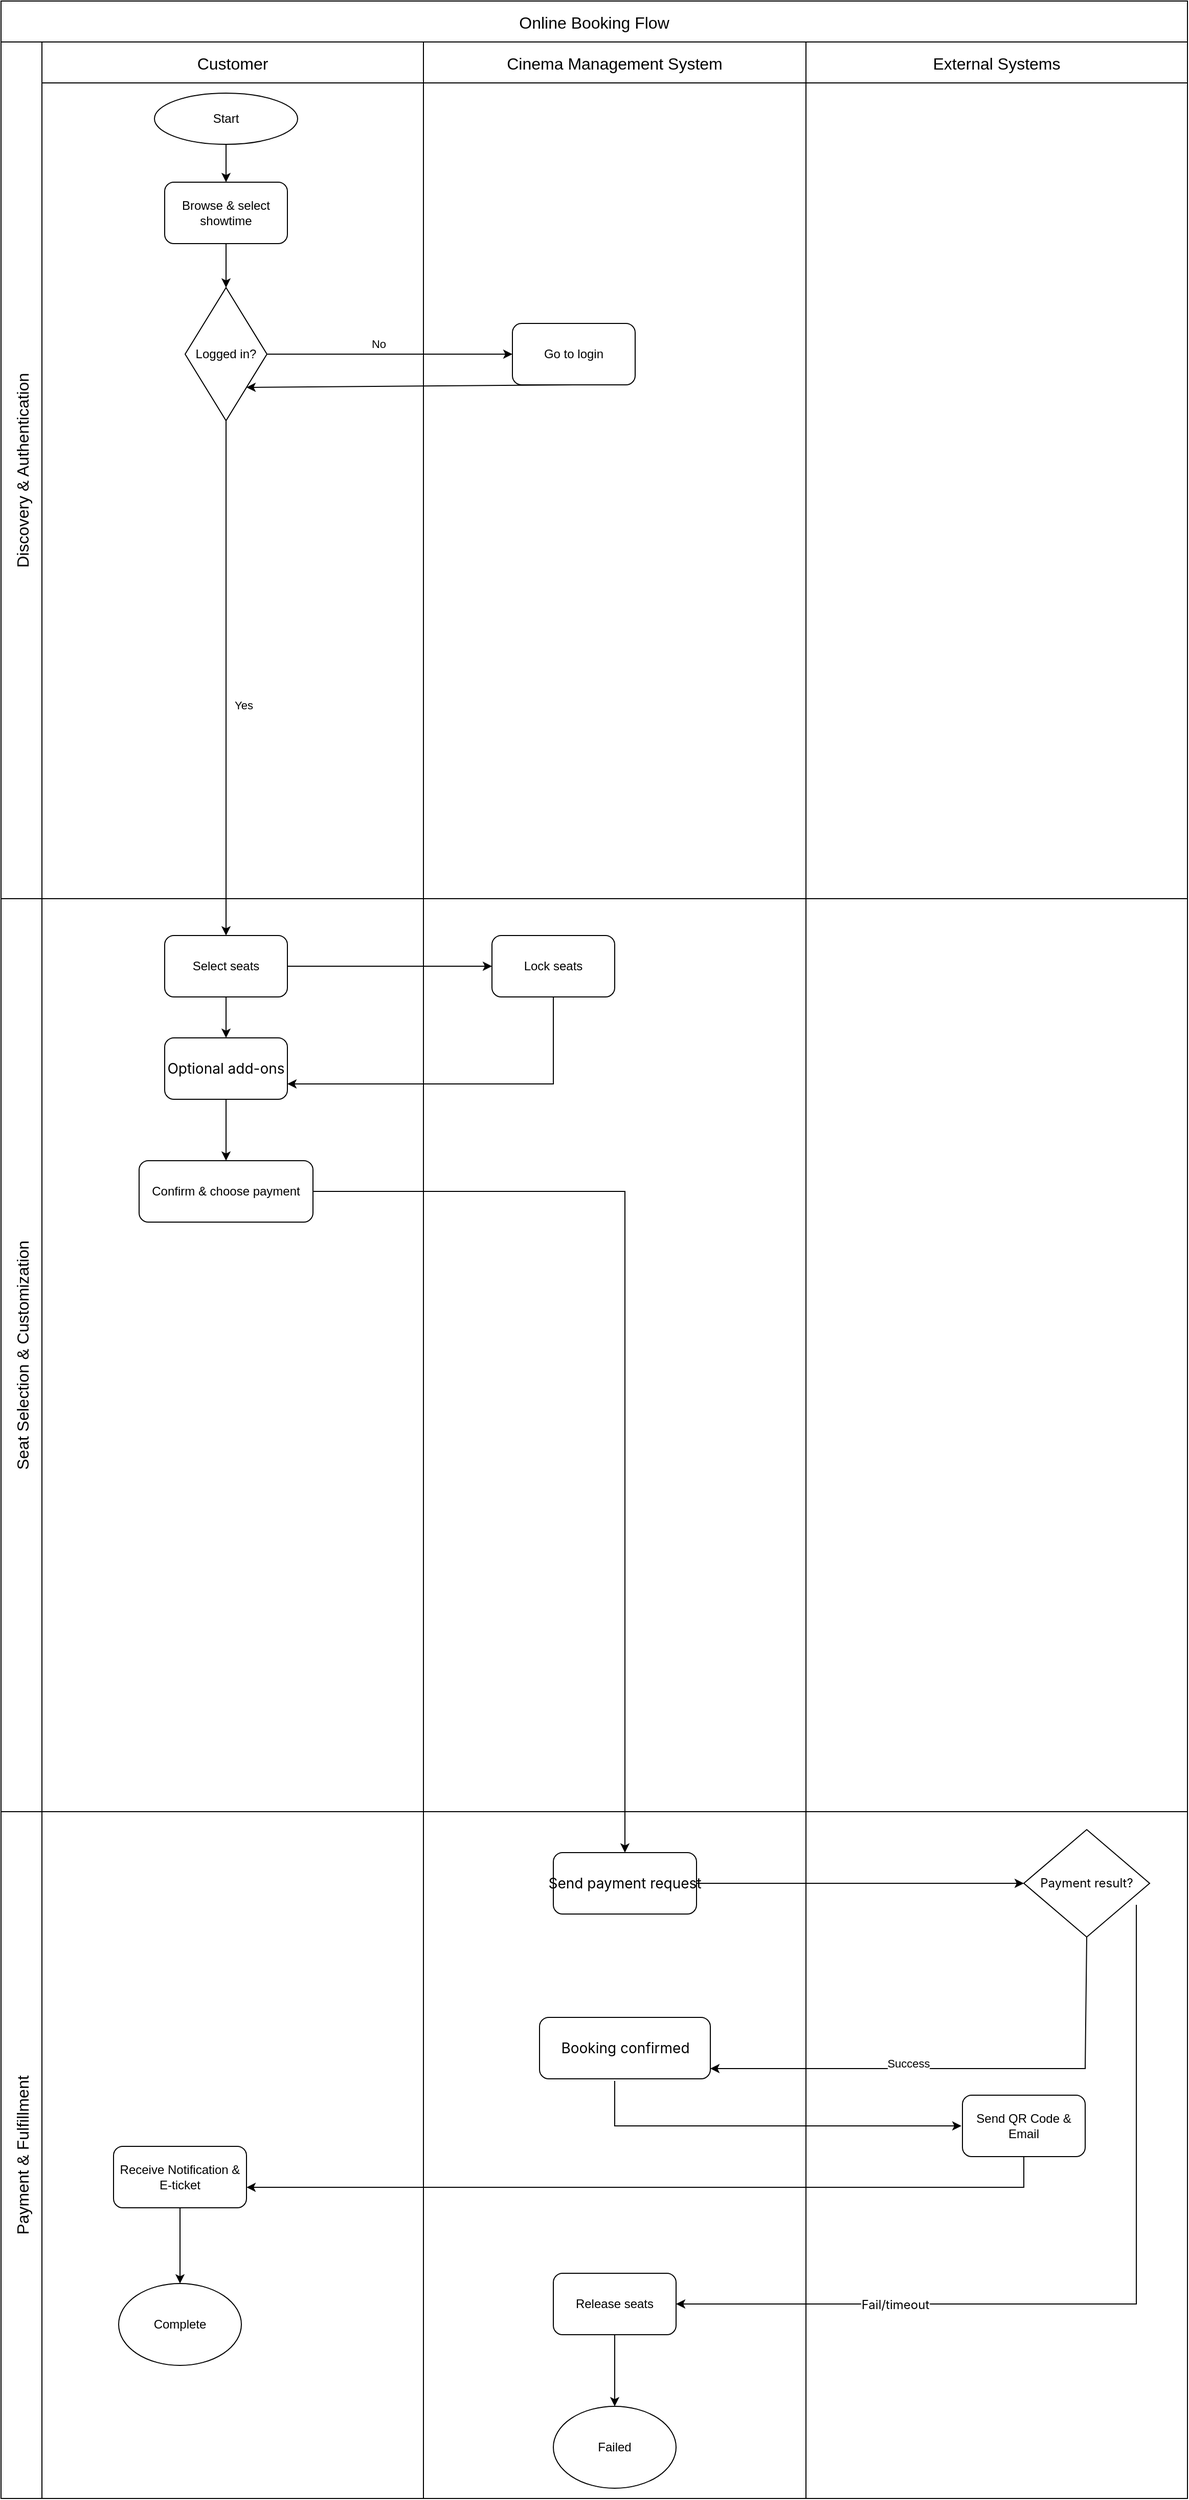
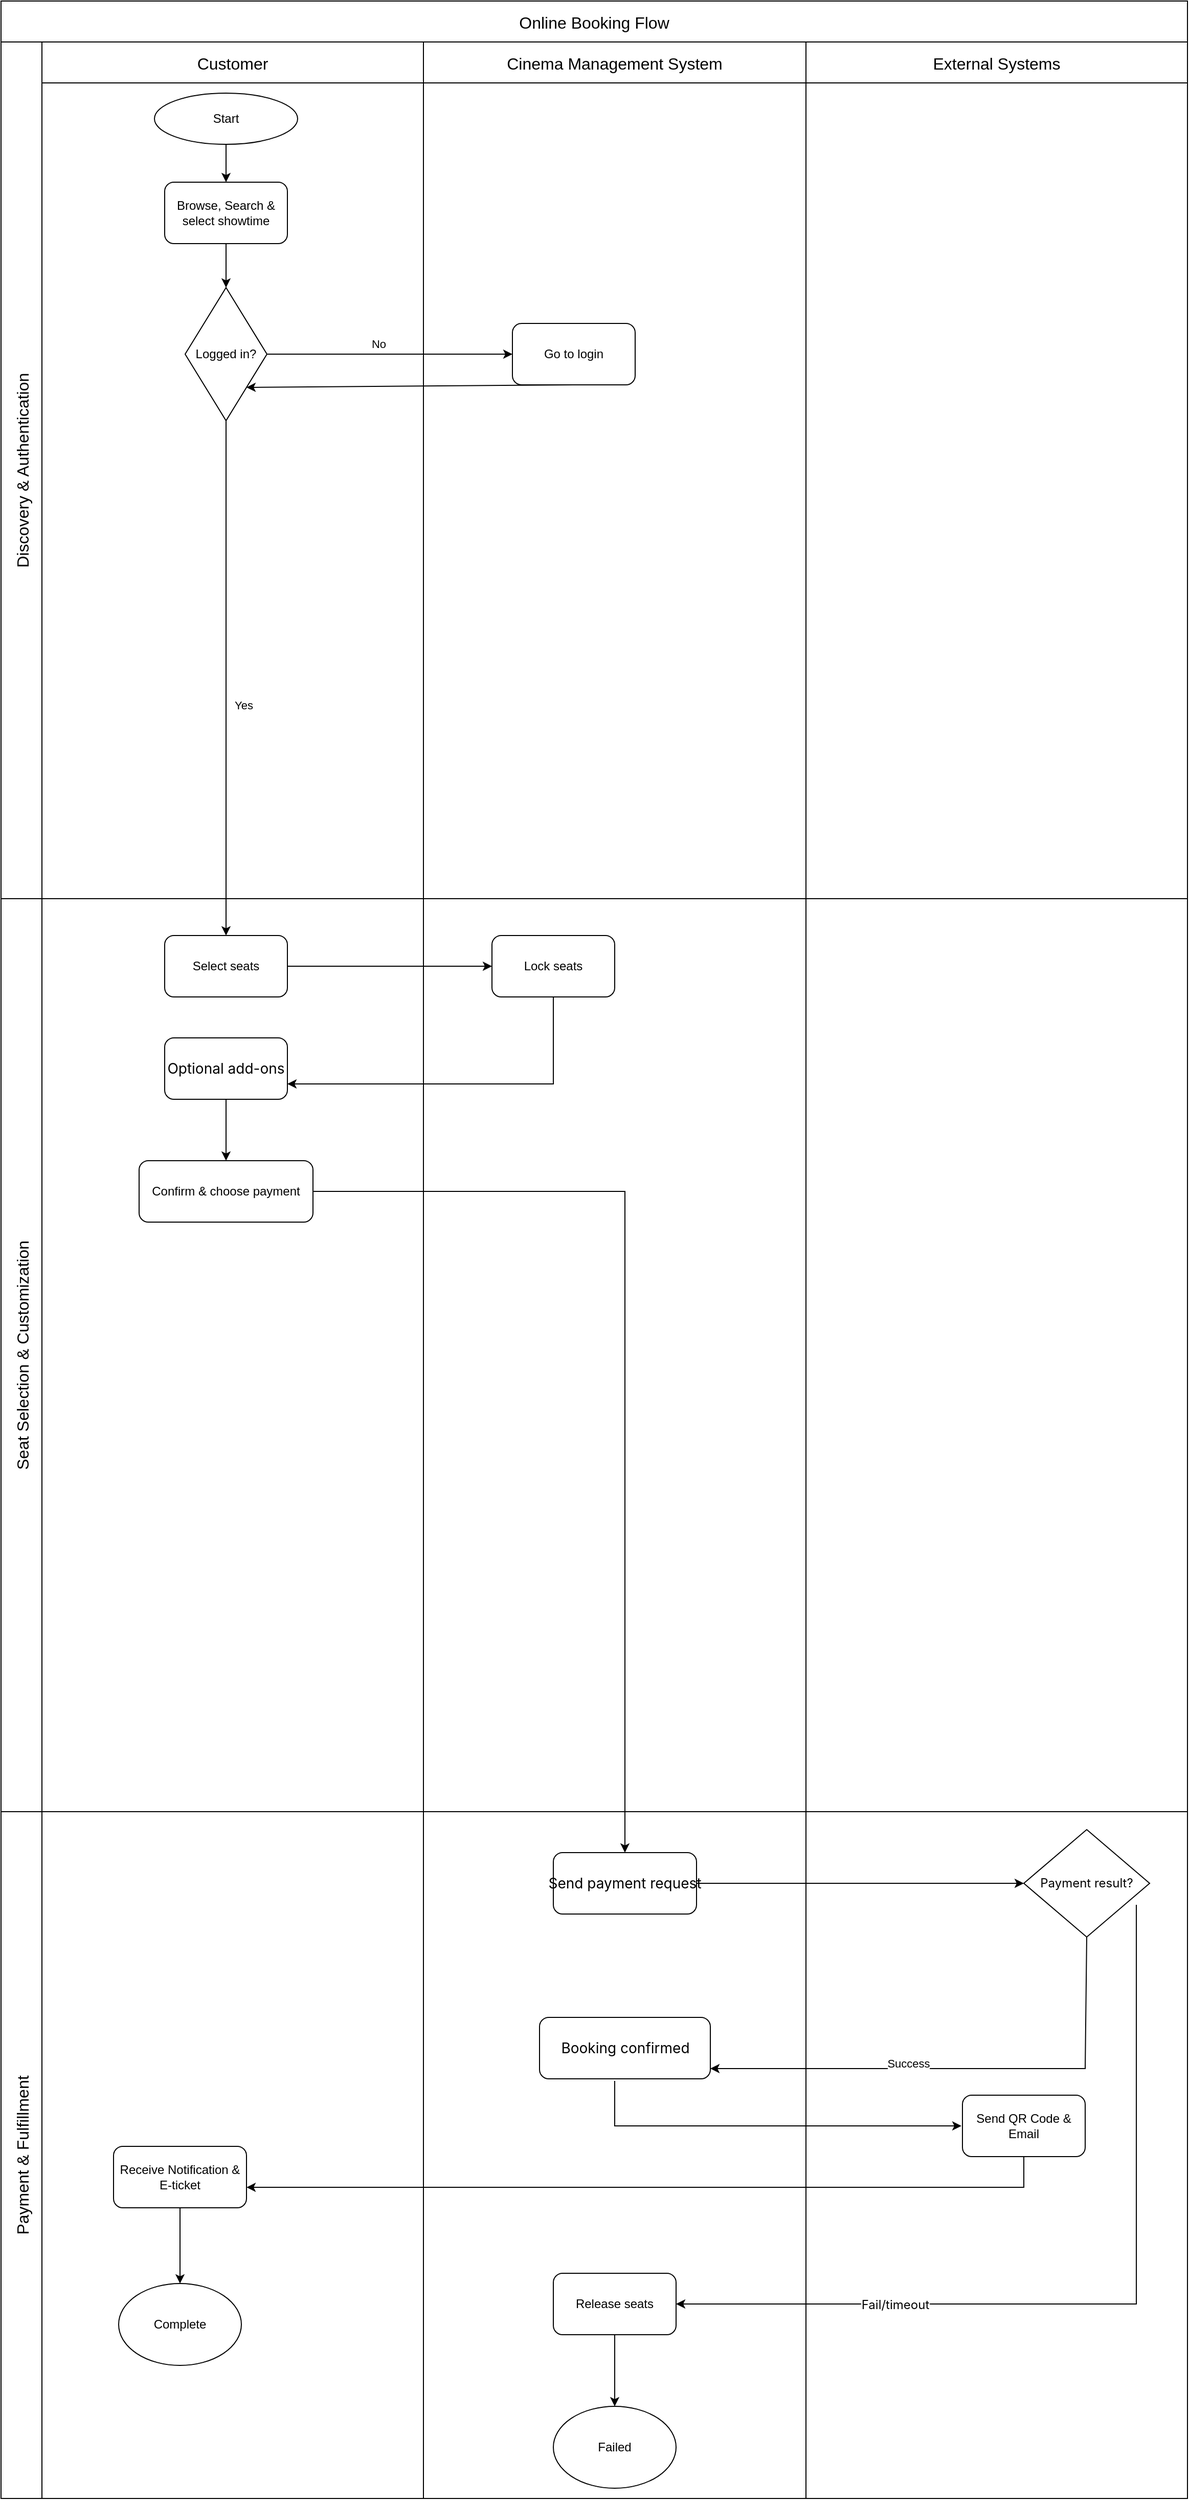
<mxfile host="Electron">
  <diagram name="Page-1" id="DogZEqHbdMpocdmFol6a">
-     <mxGraphModel dx="3264" dy="2376" grid="1" gridSize="10" guides="1" tooltips="1" connect="1" arrows="1" fold="1" page="1" pageScale="1" pageWidth="1100" pageHeight="1700" math="0" shadow="0">
+     <mxGraphModel dx="1360" dy="990" grid="1" gridSize="10" guides="1" tooltips="1" connect="1" arrows="1" fold="1" page="1" pageScale="1" pageWidth="1100" pageHeight="1700" math="0" shadow="0">
      <root>
        <mxCell id="0" />
        <mxCell id="1" parent="0" />
        <mxCell id="Wh9TXJxhAV4DpCHTmJ7G-14" parent="1" style="shape=table;childLayout=tableLayout;startSize=40;collapsible=0;recursiveResize=0;expand=0;fontSize=16;" value="Online Booking Flow" vertex="1">
          <mxGeometry height="2440" width="1160" x="170" y="90" as="geometry" />
        </mxCell>
        <mxCell id="Wh9TXJxhAV4DpCHTmJ7G-15" parent="Wh9TXJxhAV4DpCHTmJ7G-14" style="shape=tableRow;horizontal=0;swimlaneHead=0;swimlaneBody=0;top=0;left=0;strokeColor=inherit;bottom=0;right=0;dropTarget=0;fontStyle=0;fillColor=none;points=[[0,0.5],[1,0.5]];portConstraint=eastwest;startSize=40;collapsible=0;recursiveResize=0;expand=0;fontSize=16;" value="Discovery &amp; Authentication" vertex="1">
          <mxGeometry height="837" width="1160" y="40" as="geometry" />
        </mxCell>
        <mxCell id="Wh9TXJxhAV4DpCHTmJ7G-16" parent="Wh9TXJxhAV4DpCHTmJ7G-15" style="swimlane;swimlaneHead=0;swimlaneBody=0;fontStyle=0;strokeColor=inherit;connectable=0;fillColor=none;startSize=40;collapsible=0;recursiveResize=0;expand=0;fontSize=16;" value="Customer" vertex="1">
          <mxGeometry height="837" width="373" x="40" as="geometry">
            <mxRectangle height="837" width="373" as="alternateBounds" />
          </mxGeometry>
        </mxCell>
        <mxCell id="Wh9TXJxhAV4DpCHTmJ7G-30" edge="1" parent="Wh9TXJxhAV4DpCHTmJ7G-16" source="Wh9TXJxhAV4DpCHTmJ7G-27" style="edgeStyle=orthogonalEdgeStyle;rounded=0;orthogonalLoop=1;jettySize=auto;html=1;" target="Wh9TXJxhAV4DpCHTmJ7G-29" value="">
          <mxGeometry relative="1" as="geometry" />
        </mxCell>
        <mxCell id="Wh9TXJxhAV4DpCHTmJ7G-27" parent="Wh9TXJxhAV4DpCHTmJ7G-16" style="ellipse;whiteSpace=wrap;html=1;" value="&lt;div&gt;Start&lt;/div&gt;" vertex="1">
          <mxGeometry height="50" width="140" x="110" y="50" as="geometry" />
        </mxCell>
        <mxCell id="Wh9TXJxhAV4DpCHTmJ7G-28" edge="1" parent="Wh9TXJxhAV4DpCHTmJ7G-16" source="Wh9TXJxhAV4DpCHTmJ7G-27" style="edgeStyle=orthogonalEdgeStyle;rounded=0;orthogonalLoop=1;jettySize=auto;html=1;exitX=0.5;exitY=1;exitDx=0;exitDy=0;" target="Wh9TXJxhAV4DpCHTmJ7G-27">
          <mxGeometry relative="1" as="geometry" />
        </mxCell>
        <mxCell id="Wh9TXJxhAV4DpCHTmJ7G-37" edge="1" parent="Wh9TXJxhAV4DpCHTmJ7G-16" source="Wh9TXJxhAV4DpCHTmJ7G-29" style="edgeStyle=orthogonalEdgeStyle;rounded=0;orthogonalLoop=1;jettySize=auto;html=1;" target="Wh9TXJxhAV4DpCHTmJ7G-32" value="">
          <mxGeometry relative="1" as="geometry" />
        </mxCell>
-         <mxCell id="Wh9TXJxhAV4DpCHTmJ7G-29" parent="Wh9TXJxhAV4DpCHTmJ7G-16" style="rounded=1;whiteSpace=wrap;html=1;" value="Browse &amp;amp; select showtime" vertex="1">
+         <mxCell id="Wh9TXJxhAV4DpCHTmJ7G-29" parent="Wh9TXJxhAV4DpCHTmJ7G-16" style="rounded=1;whiteSpace=wrap;html=1;" value="Browse, Search &amp;amp; select showtime" vertex="1">
          <mxGeometry height="60" width="120" x="120" y="137" as="geometry" />
        </mxCell>
        <mxCell id="Wh9TXJxhAV4DpCHTmJ7G-32" parent="Wh9TXJxhAV4DpCHTmJ7G-16" style="rhombus;whiteSpace=wrap;html=1;" value="Logged in?" vertex="1">
          <mxGeometry height="130" width="80" x="140" y="240" as="geometry" />
        </mxCell>
        <mxCell id="Wh9TXJxhAV4DpCHTmJ7G-17" parent="Wh9TXJxhAV4DpCHTmJ7G-15" style="swimlane;swimlaneHead=0;swimlaneBody=0;fontStyle=0;strokeColor=inherit;connectable=0;fillColor=none;startSize=40;collapsible=0;recursiveResize=0;expand=0;fontSize=16;" value="Cinema Management System" vertex="1">
          <mxGeometry height="837" width="374" x="413" as="geometry">
            <mxRectangle height="837" width="374" as="alternateBounds" />
          </mxGeometry>
        </mxCell>
        <mxCell id="Wh9TXJxhAV4DpCHTmJ7G-42" parent="Wh9TXJxhAV4DpCHTmJ7G-17" style="rounded=1;whiteSpace=wrap;html=1;" value="Go to login" vertex="1">
          <mxGeometry height="60" width="120" x="87" y="275" as="geometry" />
        </mxCell>
        <mxCell id="Wh9TXJxhAV4DpCHTmJ7G-18" parent="Wh9TXJxhAV4DpCHTmJ7G-15" style="swimlane;swimlaneHead=0;swimlaneBody=0;fontStyle=0;strokeColor=inherit;connectable=0;fillColor=none;startSize=40;collapsible=0;recursiveResize=0;expand=0;fontSize=16;" value="External Systems" vertex="1">
          <mxGeometry height="837" width="373" x="787" as="geometry">
            <mxRectangle height="837" width="373" as="alternateBounds" />
          </mxGeometry>
        </mxCell>
        <mxCell id="Wh9TXJxhAV4DpCHTmJ7G-43" edge="1" parent="Wh9TXJxhAV4DpCHTmJ7G-15" source="Wh9TXJxhAV4DpCHTmJ7G-32" style="edgeStyle=orthogonalEdgeStyle;rounded=0;orthogonalLoop=1;jettySize=auto;html=1;entryX=0;entryY=0.5;entryDx=0;entryDy=0;" target="Wh9TXJxhAV4DpCHTmJ7G-42">
          <mxGeometry relative="1" as="geometry" />
        </mxCell>
        <mxCell id="Wh9TXJxhAV4DpCHTmJ7G-44" connectable="0" parent="Wh9TXJxhAV4DpCHTmJ7G-43" style="edgeLabel;html=1;align=center;verticalAlign=middle;resizable=0;points=[];" value="No" vertex="1">
          <mxGeometry relative="1" x="-0.1156" as="geometry">
            <mxPoint x="3" y="-10" as="offset" />
          </mxGeometry>
        </mxCell>
        <mxCell id="qVprDMNzh7Z9yo4GMz7O-2" edge="1" parent="Wh9TXJxhAV4DpCHTmJ7G-15" source="Wh9TXJxhAV4DpCHTmJ7G-42" style="endArrow=classic;html=1;rounded=0;exitX=0.5;exitY=1;exitDx=0;exitDy=0;entryX=1;entryY=1;entryDx=0;entryDy=0;" target="Wh9TXJxhAV4DpCHTmJ7G-32" value="">
          <mxGeometry height="50" relative="1" width="50" as="geometry">
            <mxPoint x="550" y="570" as="sourcePoint" />
            <mxPoint x="600" y="520" as="targetPoint" />
          </mxGeometry>
        </mxCell>
        <mxCell id="Wh9TXJxhAV4DpCHTmJ7G-19" parent="Wh9TXJxhAV4DpCHTmJ7G-14" style="shape=tableRow;horizontal=0;swimlaneHead=0;swimlaneBody=0;top=0;left=0;strokeColor=inherit;bottom=0;right=0;dropTarget=0;fontStyle=0;fillColor=none;points=[[0,0.5],[1,0.5]];portConstraint=eastwest;startSize=40;collapsible=0;recursiveResize=0;expand=0;fontSize=16;" value="Seat Selection &amp; Customization" vertex="1">
          <mxGeometry height="892" width="1160" y="877" as="geometry" />
        </mxCell>
        <mxCell id="Wh9TXJxhAV4DpCHTmJ7G-20" parent="Wh9TXJxhAV4DpCHTmJ7G-19" style="swimlane;swimlaneHead=0;swimlaneBody=0;fontStyle=0;connectable=0;strokeColor=inherit;fillColor=none;startSize=0;collapsible=0;recursiveResize=0;expand=0;fontSize=16;" value="" vertex="1">
          <mxGeometry height="892" width="373" x="40" as="geometry">
            <mxRectangle height="892" width="373" as="alternateBounds" />
          </mxGeometry>
-         </mxCell>
-         <mxCell id="Wh9TXJxhAV4DpCHTmJ7G-46" edge="1" parent="Wh9TXJxhAV4DpCHTmJ7G-20" source="Wh9TXJxhAV4DpCHTmJ7G-33" style="edgeStyle=orthogonalEdgeStyle;rounded=0;orthogonalLoop=1;jettySize=auto;html=1;" target="Wh9TXJxhAV4DpCHTmJ7G-45" value="">
-           <mxGeometry relative="1" as="geometry" />
        </mxCell>
        <mxCell id="Wh9TXJxhAV4DpCHTmJ7G-33" parent="Wh9TXJxhAV4DpCHTmJ7G-20" style="rounded=1;whiteSpace=wrap;html=1;" value="Select seats" vertex="1">
          <mxGeometry height="60" width="120" x="120" y="36" as="geometry" />
        </mxCell>
        <mxCell id="Wh9TXJxhAV4DpCHTmJ7G-48" edge="1" parent="Wh9TXJxhAV4DpCHTmJ7G-20" source="Wh9TXJxhAV4DpCHTmJ7G-45" style="edgeStyle=orthogonalEdgeStyle;rounded=0;orthogonalLoop=1;jettySize=auto;html=1;" target="Wh9TXJxhAV4DpCHTmJ7G-47" value="">
          <mxGeometry relative="1" as="geometry" />
        </mxCell>
        <mxCell id="Wh9TXJxhAV4DpCHTmJ7G-45" parent="Wh9TXJxhAV4DpCHTmJ7G-20" style="rounded=1;whiteSpace=wrap;html=1;" value="&lt;span style=&quot;font-family: &amp;quot;Anthropic Sans&amp;quot;, -apple-system, BlinkMacSystemFont, &amp;quot;Segoe UI&amp;quot;, sans-serif; font-size: 14px; text-align: start; white-space: nowrap;&quot;&gt;Optional add-ons&lt;/span&gt;" vertex="1">
          <mxGeometry height="60" width="120" x="120" y="136" as="geometry" />
        </mxCell>
        <mxCell id="Wh9TXJxhAV4DpCHTmJ7G-47" parent="Wh9TXJxhAV4DpCHTmJ7G-20" style="rounded=1;whiteSpace=wrap;html=1;" value="Confirm &amp;amp; choose payment" vertex="1">
          <mxGeometry height="60" width="170" x="95" y="256" as="geometry" />
        </mxCell>
        <mxCell id="Wh9TXJxhAV4DpCHTmJ7G-54" edge="1" parent="Wh9TXJxhAV4DpCHTmJ7G-20" source="Wh9TXJxhAV4DpCHTmJ7G-51" style="edgeStyle=orthogonalEdgeStyle;rounded=0;orthogonalLoop=1;jettySize=auto;html=1;entryX=1;entryY=0.75;entryDx=0;entryDy=0;" target="Wh9TXJxhAV4DpCHTmJ7G-45">
          <mxGeometry relative="1" as="geometry">
            <Array as="points">
              <mxPoint x="500" y="181" />
            </Array>
          </mxGeometry>
        </mxCell>
        <mxCell id="Wh9TXJxhAV4DpCHTmJ7G-21" parent="Wh9TXJxhAV4DpCHTmJ7G-19" style="swimlane;swimlaneHead=0;swimlaneBody=0;fontStyle=0;connectable=0;strokeColor=inherit;fillColor=none;startSize=0;collapsible=0;recursiveResize=0;expand=0;fontSize=16;" value="" vertex="1">
          <mxGeometry height="892" width="374" x="413" as="geometry">
            <mxRectangle height="892" width="374" as="alternateBounds" />
          </mxGeometry>
        </mxCell>
        <mxCell id="Wh9TXJxhAV4DpCHTmJ7G-51" parent="Wh9TXJxhAV4DpCHTmJ7G-21" style="rounded=1;whiteSpace=wrap;html=1;" value="Lock seats" vertex="1">
          <mxGeometry height="60" width="120" x="67" y="36" as="geometry" />
        </mxCell>
        <mxCell id="Wh9TXJxhAV4DpCHTmJ7G-22" parent="Wh9TXJxhAV4DpCHTmJ7G-19" style="swimlane;swimlaneHead=0;swimlaneBody=0;fontStyle=0;connectable=0;strokeColor=inherit;fillColor=none;startSize=0;collapsible=0;recursiveResize=0;expand=0;fontSize=16;" value="" vertex="1">
          <mxGeometry height="892" width="373" x="787" as="geometry">
            <mxRectangle height="892" width="373" as="alternateBounds" />
          </mxGeometry>
        </mxCell>
        <mxCell id="Wh9TXJxhAV4DpCHTmJ7G-53" edge="1" parent="Wh9TXJxhAV4DpCHTmJ7G-19" source="Wh9TXJxhAV4DpCHTmJ7G-33" style="edgeStyle=orthogonalEdgeStyle;rounded=0;orthogonalLoop=1;jettySize=auto;html=1;entryX=0;entryY=0.5;entryDx=0;entryDy=0;" target="Wh9TXJxhAV4DpCHTmJ7G-51">
          <mxGeometry relative="1" as="geometry" />
        </mxCell>
        <mxCell id="Wh9TXJxhAV4DpCHTmJ7G-23" parent="Wh9TXJxhAV4DpCHTmJ7G-14" style="shape=tableRow;horizontal=0;swimlaneHead=0;swimlaneBody=0;top=0;left=0;strokeColor=inherit;bottom=0;right=0;dropTarget=0;fontStyle=0;fillColor=none;points=[[0,0.5],[1,0.5]];portConstraint=eastwest;startSize=40;collapsible=0;recursiveResize=0;expand=0;fontSize=16;" value="Payment &amp; Fulfillment" vertex="1">
          <mxGeometry height="671" width="1160" y="1769" as="geometry" />
        </mxCell>
        <mxCell id="Wh9TXJxhAV4DpCHTmJ7G-24" parent="Wh9TXJxhAV4DpCHTmJ7G-23" style="swimlane;swimlaneHead=0;swimlaneBody=0;fontStyle=0;connectable=0;strokeColor=inherit;fillColor=none;startSize=0;collapsible=0;recursiveResize=0;expand=0;fontSize=16;" value="" vertex="1">
          <mxGeometry height="671" width="373" x="40" as="geometry">
            <mxRectangle height="671" width="373" as="alternateBounds" />
          </mxGeometry>
        </mxCell>
        <mxCell id="Wh9TXJxhAV4DpCHTmJ7G-80" edge="1" parent="Wh9TXJxhAV4DpCHTmJ7G-24" source="Wh9TXJxhAV4DpCHTmJ7G-77" style="edgeStyle=orthogonalEdgeStyle;rounded=0;orthogonalLoop=1;jettySize=auto;html=1;" target="Wh9TXJxhAV4DpCHTmJ7G-79" value="">
          <mxGeometry relative="1" as="geometry" />
        </mxCell>
        <mxCell id="Wh9TXJxhAV4DpCHTmJ7G-77" parent="Wh9TXJxhAV4DpCHTmJ7G-24" style="rounded=1;whiteSpace=wrap;html=1;" value="Receive Notification &amp;amp; E-ticket" vertex="1">
          <mxGeometry height="60" width="130" x="70" y="327" as="geometry" />
        </mxCell>
        <mxCell id="Wh9TXJxhAV4DpCHTmJ7G-79" parent="Wh9TXJxhAV4DpCHTmJ7G-24" style="ellipse;whiteSpace=wrap;html=1;" value="Complete" vertex="1">
          <mxGeometry height="80" width="120" x="75" y="461" as="geometry" />
        </mxCell>
        <mxCell id="Wh9TXJxhAV4DpCHTmJ7G-25" parent="Wh9TXJxhAV4DpCHTmJ7G-23" style="swimlane;swimlaneHead=0;swimlaneBody=0;fontStyle=0;connectable=0;strokeColor=inherit;fillColor=none;startSize=0;collapsible=0;recursiveResize=0;expand=0;fontSize=16;" value="" vertex="1">
          <mxGeometry height="671" width="374" x="413" as="geometry">
            <mxRectangle height="671" width="374" as="alternateBounds" />
          </mxGeometry>
        </mxCell>
        <mxCell id="Wh9TXJxhAV4DpCHTmJ7G-49" parent="Wh9TXJxhAV4DpCHTmJ7G-25" style="rounded=1;whiteSpace=wrap;html=1;" value="&lt;span style=&quot;font-family: &amp;quot;Anthropic Sans&amp;quot;, -apple-system, BlinkMacSystemFont, &amp;quot;Segoe UI&amp;quot;, sans-serif; font-size: 14px; text-align: start; white-space: nowrap;&quot;&gt;Send payment request&lt;/span&gt;" vertex="1">
          <mxGeometry height="60" width="140" x="127" y="40" as="geometry" />
        </mxCell>
        <mxCell id="Wh9TXJxhAV4DpCHTmJ7G-70" parent="Wh9TXJxhAV4DpCHTmJ7G-25" style="rounded=1;whiteSpace=wrap;html=1;" value="&lt;span style=&quot;font-family: &amp;quot;Anthropic Sans&amp;quot;, -apple-system, BlinkMacSystemFont, &amp;quot;Segoe UI&amp;quot;, sans-serif; font-size: 14px; text-align: start; white-space: nowrap;&quot;&gt;Booking confirmed&lt;/span&gt;" vertex="1">
          <mxGeometry height="60" width="167" x="113.5" y="201" as="geometry" />
        </mxCell>
        <mxCell id="Wh9TXJxhAV4DpCHTmJ7G-72" edge="1" parent="Wh9TXJxhAV4DpCHTmJ7G-25" source="Wh9TXJxhAV4DpCHTmJ7G-55" style="endArrow=classic;html=1;rounded=0;exitX=0.5;exitY=1;exitDx=0;exitDy=0;" value="">
          <mxGeometry height="50" relative="1" width="50" as="geometry">
            <Array as="points">
              <mxPoint x="647" y="251" />
            </Array>
            <mxPoint x="582" y="122.5" as="sourcePoint" />
            <mxPoint x="280.5" y="251" as="targetPoint" />
          </mxGeometry>
        </mxCell>
        <mxCell id="Wh9TXJxhAV4DpCHTmJ7G-74" connectable="0" parent="Wh9TXJxhAV4DpCHTmJ7G-72" style="edgeLabel;html=1;align=center;verticalAlign=middle;resizable=0;points=[];" value="Success" vertex="1">
          <mxGeometry relative="1" x="0.218" y="-5" as="geometry">
            <mxPoint as="offset" />
          </mxGeometry>
        </mxCell>
        <mxCell id="Wh9TXJxhAV4DpCHTmJ7G-86" edge="1" parent="Wh9TXJxhAV4DpCHTmJ7G-25" source="Wh9TXJxhAV4DpCHTmJ7G-81" style="edgeStyle=orthogonalEdgeStyle;rounded=0;orthogonalLoop=1;jettySize=auto;html=1;" target="Wh9TXJxhAV4DpCHTmJ7G-85" value="">
          <mxGeometry relative="1" as="geometry" />
        </mxCell>
        <mxCell id="Wh9TXJxhAV4DpCHTmJ7G-81" parent="Wh9TXJxhAV4DpCHTmJ7G-25" style="rounded=1;whiteSpace=wrap;html=1;" value="Release seats" vertex="1">
          <mxGeometry height="60" width="120" x="127" y="451" as="geometry" />
        </mxCell>
        <mxCell id="Wh9TXJxhAV4DpCHTmJ7G-85" parent="Wh9TXJxhAV4DpCHTmJ7G-25" style="ellipse;whiteSpace=wrap;html=1;" value="Failed" vertex="1">
          <mxGeometry height="80" width="120" x="127" y="581" as="geometry" />
        </mxCell>
        <mxCell id="Wh9TXJxhAV4DpCHTmJ7G-26" parent="Wh9TXJxhAV4DpCHTmJ7G-23" style="swimlane;swimlaneHead=0;swimlaneBody=0;fontStyle=0;connectable=0;strokeColor=inherit;fillColor=none;startSize=0;collapsible=0;recursiveResize=0;expand=0;fontSize=16;" value="" vertex="1">
          <mxGeometry height="671" width="373" x="787" as="geometry">
            <mxRectangle height="671" width="373" as="alternateBounds" />
          </mxGeometry>
        </mxCell>
        <mxCell id="Wh9TXJxhAV4DpCHTmJ7G-55" parent="Wh9TXJxhAV4DpCHTmJ7G-26" style="rhombus;whiteSpace=wrap;html=1;" value="&lt;span style=&quot;font-family: &amp;quot;Anthropic Sans&amp;quot;, -apple-system, BlinkMacSystemFont, &amp;quot;Segoe UI&amp;quot;, sans-serif; text-align: start; white-space: nowrap;&quot;&gt;Payment result?&lt;/span&gt;" vertex="1">
          <mxGeometry height="105" width="123" x="213" y="17.5" as="geometry" />
        </mxCell>
        <mxCell id="Wh9TXJxhAV4DpCHTmJ7G-75" parent="Wh9TXJxhAV4DpCHTmJ7G-26" style="rounded=1;whiteSpace=wrap;html=1;" value="Send QR Code &amp;amp; Email" vertex="1">
          <mxGeometry height="60" width="120" x="153" y="277" as="geometry" />
        </mxCell>
        <mxCell id="Wh9TXJxhAV4DpCHTmJ7G-56" edge="1" parent="Wh9TXJxhAV4DpCHTmJ7G-23" source="Wh9TXJxhAV4DpCHTmJ7G-55" style="edgeStyle=orthogonalEdgeStyle;rounded=0;orthogonalLoop=1;jettySize=auto;html=1;startArrow=classic;startFill=1;endArrow=none;endFill=0;" target="Wh9TXJxhAV4DpCHTmJ7G-49" value="">
          <mxGeometry relative="1" as="geometry" />
        </mxCell>
        <mxCell id="Wh9TXJxhAV4DpCHTmJ7G-76" edge="1" parent="Wh9TXJxhAV4DpCHTmJ7G-23" source="Wh9TXJxhAV4DpCHTmJ7G-70" style="endArrow=classic;html=1;rounded=0;exitX=0.44;exitY=1.033;exitDx=0;exitDy=0;exitPerimeter=0;" value="">
          <mxGeometry height="50" relative="1" width="50" as="geometry">
            <Array as="points">
              <mxPoint x="600" y="307" />
            </Array>
            <mxPoint x="730" y="357" as="sourcePoint" />
            <mxPoint x="939" y="307" as="targetPoint" />
          </mxGeometry>
        </mxCell>
        <mxCell id="Wh9TXJxhAV4DpCHTmJ7G-78" edge="1" parent="Wh9TXJxhAV4DpCHTmJ7G-23" source="Wh9TXJxhAV4DpCHTmJ7G-75" style="endArrow=classic;html=1;rounded=0;exitX=0.5;exitY=1;exitDx=0;exitDy=0;entryX=1;entryY=0.667;entryDx=0;entryDy=0;entryPerimeter=0;" target="Wh9TXJxhAV4DpCHTmJ7G-77" value="">
          <mxGeometry height="50" relative="1" width="50" as="geometry">
            <Array as="points">
              <mxPoint x="1000" y="367" />
            </Array>
            <mxPoint x="840" y="387" as="sourcePoint" />
            <mxPoint x="890" y="337" as="targetPoint" />
          </mxGeometry>
        </mxCell>
        <mxCell id="Wh9TXJxhAV4DpCHTmJ7G-82" edge="1" parent="Wh9TXJxhAV4DpCHTmJ7G-23" style="endArrow=classic;html=1;rounded=0;entryX=1;entryY=0.5;entryDx=0;entryDy=0;" target="Wh9TXJxhAV4DpCHTmJ7G-81" value="">
          <mxGeometry height="50" relative="1" width="50" as="geometry">
            <Array as="points">
              <mxPoint x="1110" y="481" />
            </Array>
            <mxPoint x="1110" y="91" as="sourcePoint" />
            <mxPoint x="1110" y="151" as="targetPoint" />
          </mxGeometry>
        </mxCell>
        <mxCell id="Wh9TXJxhAV4DpCHTmJ7G-84" connectable="0" parent="Wh9TXJxhAV4DpCHTmJ7G-82" style="edgeLabel;html=1;align=center;verticalAlign=middle;resizable=0;points=[];" value="&lt;span style=&quot;font-family: &amp;quot;Anthropic Sans&amp;quot;, -apple-system, BlinkMacSystemFont, &amp;quot;Segoe UI&amp;quot;, sans-serif; font-size: 12px; text-align: start;&quot;&gt;Fail/timeout&lt;/span&gt;" vertex="1">
          <mxGeometry relative="1" x="0.4939" y="1" as="geometry">
            <mxPoint x="1" as="offset" />
          </mxGeometry>
        </mxCell>
        <mxCell id="Wh9TXJxhAV4DpCHTmJ7G-34" edge="1" parent="Wh9TXJxhAV4DpCHTmJ7G-14" source="Wh9TXJxhAV4DpCHTmJ7G-32" style="edgeStyle=orthogonalEdgeStyle;rounded=0;orthogonalLoop=1;jettySize=auto;html=1;" target="Wh9TXJxhAV4DpCHTmJ7G-33" value="">
          <mxGeometry relative="1" as="geometry" />
        </mxCell>
        <mxCell id="Wh9TXJxhAV4DpCHTmJ7G-35" connectable="0" parent="Wh9TXJxhAV4DpCHTmJ7G-34" style="edgeLabel;html=1;align=center;verticalAlign=middle;resizable=0;points=[];" value="Yes&lt;div&gt;&lt;br&gt;&lt;/div&gt;" vertex="1">
          <mxGeometry relative="1" x="0.1311" y="4" as="geometry">
            <mxPoint x="13" as="offset" />
          </mxGeometry>
        </mxCell>
        <mxCell id="Wh9TXJxhAV4DpCHTmJ7G-50" edge="1" parent="Wh9TXJxhAV4DpCHTmJ7G-14" source="Wh9TXJxhAV4DpCHTmJ7G-47" style="edgeStyle=orthogonalEdgeStyle;rounded=0;orthogonalLoop=1;jettySize=auto;html=1;" target="Wh9TXJxhAV4DpCHTmJ7G-49" value="">
          <mxGeometry relative="1" as="geometry" />
        </mxCell>
      </root>
    </mxGraphModel>
  </diagram>
</mxfile>
